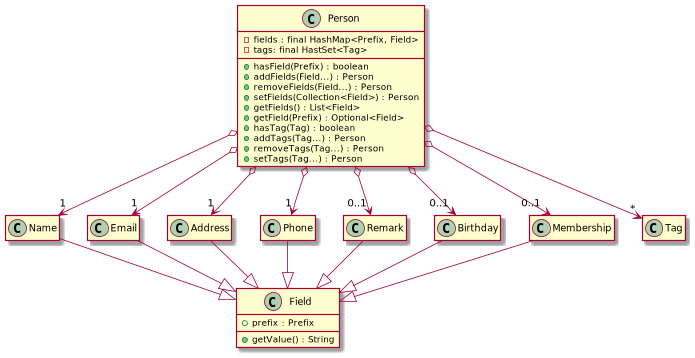
This is docs/images/PersonClassDiagram.png from nus-cs2103-AY2122S2/tp, a PlantUML export, as it was before one commit.
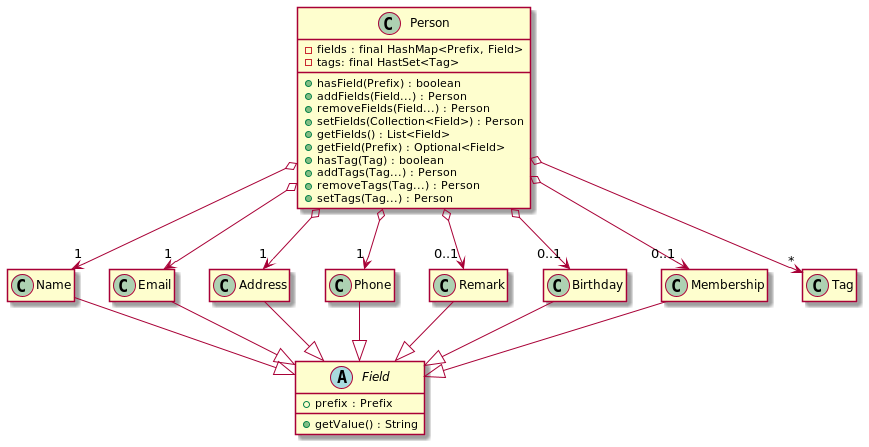
The same diagram one commit later.

Change to the diagram source:
```diff
@@ -17,7 +17,7 @@
     + setTags(Tag...) : Person
 }
 
-class Field {
+abstract class Field {
     + prefix : Prefix
 
     + getValue() : String
```
